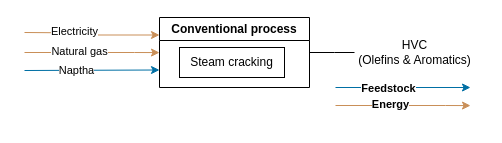
anik-ier/TAM_Industry_RES keeps this draw.io diagram as page "PhD" (3 of 17) of TAM_Industry_RES.drawio. Above is the earlier version. Source tidied: cells renumbered, new cells numbered last; positions are measured from the earlier drawing's top-left corner, leaving out a move shared by most shapes. Both pictures are drawn from the tidied source at 100%, with x=0, y=0 at pixel (24, 17).
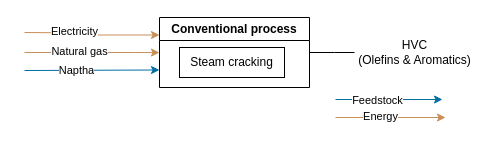
The same diagram, later.

The edit, as a diff of the source:
```diff
@@
-    <mxCell id="12" style="edgeStyle=orthogonalEdgeStyle;rounded=0;orthogonalLoop=1;jettySize=auto;html=1;entryX=0;entryY=0.75;entryDx=0;entryDy=0;strokeColor=#006FA4;strokeWidth=1;" parent="1" edge="1">
+    <mxCell id="12" style="edgeStyle=orthogonalEdgeStyle;rounded=0;orthogonalLoop=1;jettySize=auto;html=1;strokeColor=#006FA4;strokeWidth=1;" parent="1" edge="1">
       <mxGeometry relative="1" as="geometry">
-        <mxPoint x="311" y="70" as="sourcePoint" />
-        <mxPoint x="446" y="70" as="targetPoint" />
+        <mxPoint x="311" y="82" as="sourcePoint" />
+        <mxPoint x="418" y="82" as="targetPoint" />
         <Array as="points">
-          <mxPoint x="311" y="70" />
-          <mxPoint x="379" y="70" />
+          <mxPoint x="311" y="82" />
+          <mxPoint x="379" y="82" />
         </Array>
       </mxGeometry>
     </mxCell>
-    <mxCell id="13" value="&lt;b&gt;Feedstock&lt;/b&gt;" style="edgeLabel;html=1;align=center;verticalAlign=middle;" parent="12" vertex="1">
+    <mxCell id="13" value="Feedstock" style="edgeLabel;html=1;align=center;verticalAlign=middle;" parent="12" vertex="1">
       <mxGeometry x="-0.23" relative="1" as="geometry" />
     </mxCell>
     <mxCell id="14" style="edgeStyle=orthogonalEdgeStyle;rounded=0;orthogonalLoop=1;jettySize=auto;html=1;strokeColor=#C98F58;strokeWidth=1;" parent="1" edge="1">
       <mxGeometry relative="1" as="geometry">
-        <mxPoint x="311" y="88" as="sourcePoint" />
-        <mxPoint x="446" y="88.1" as="targetPoint" />
+        <mxPoint x="311" y="100" as="sourcePoint" />
+        <mxPoint x="421" y="100" as="targetPoint" />
         <Array as="points">
-          <mxPoint x="421" y="87.6" />
+          <mxPoint x="421" y="99.6" />
         </Array>
       </mxGeometry>
     </mxCell>
-    <mxCell id="15" value="&lt;b&gt;Energy&lt;/b&gt;" style="edgeLabel;html=1;align=center;verticalAlign=middle;" parent="14" vertex="1">
+    <mxCell id="15" value="Energy" style="edgeLabel;html=1;align=center;verticalAlign=middle;" parent="14" vertex="1">
       <mxGeometry x="-0.2" y="2" relative="1" as="geometry" />
     </mxCell>
```
